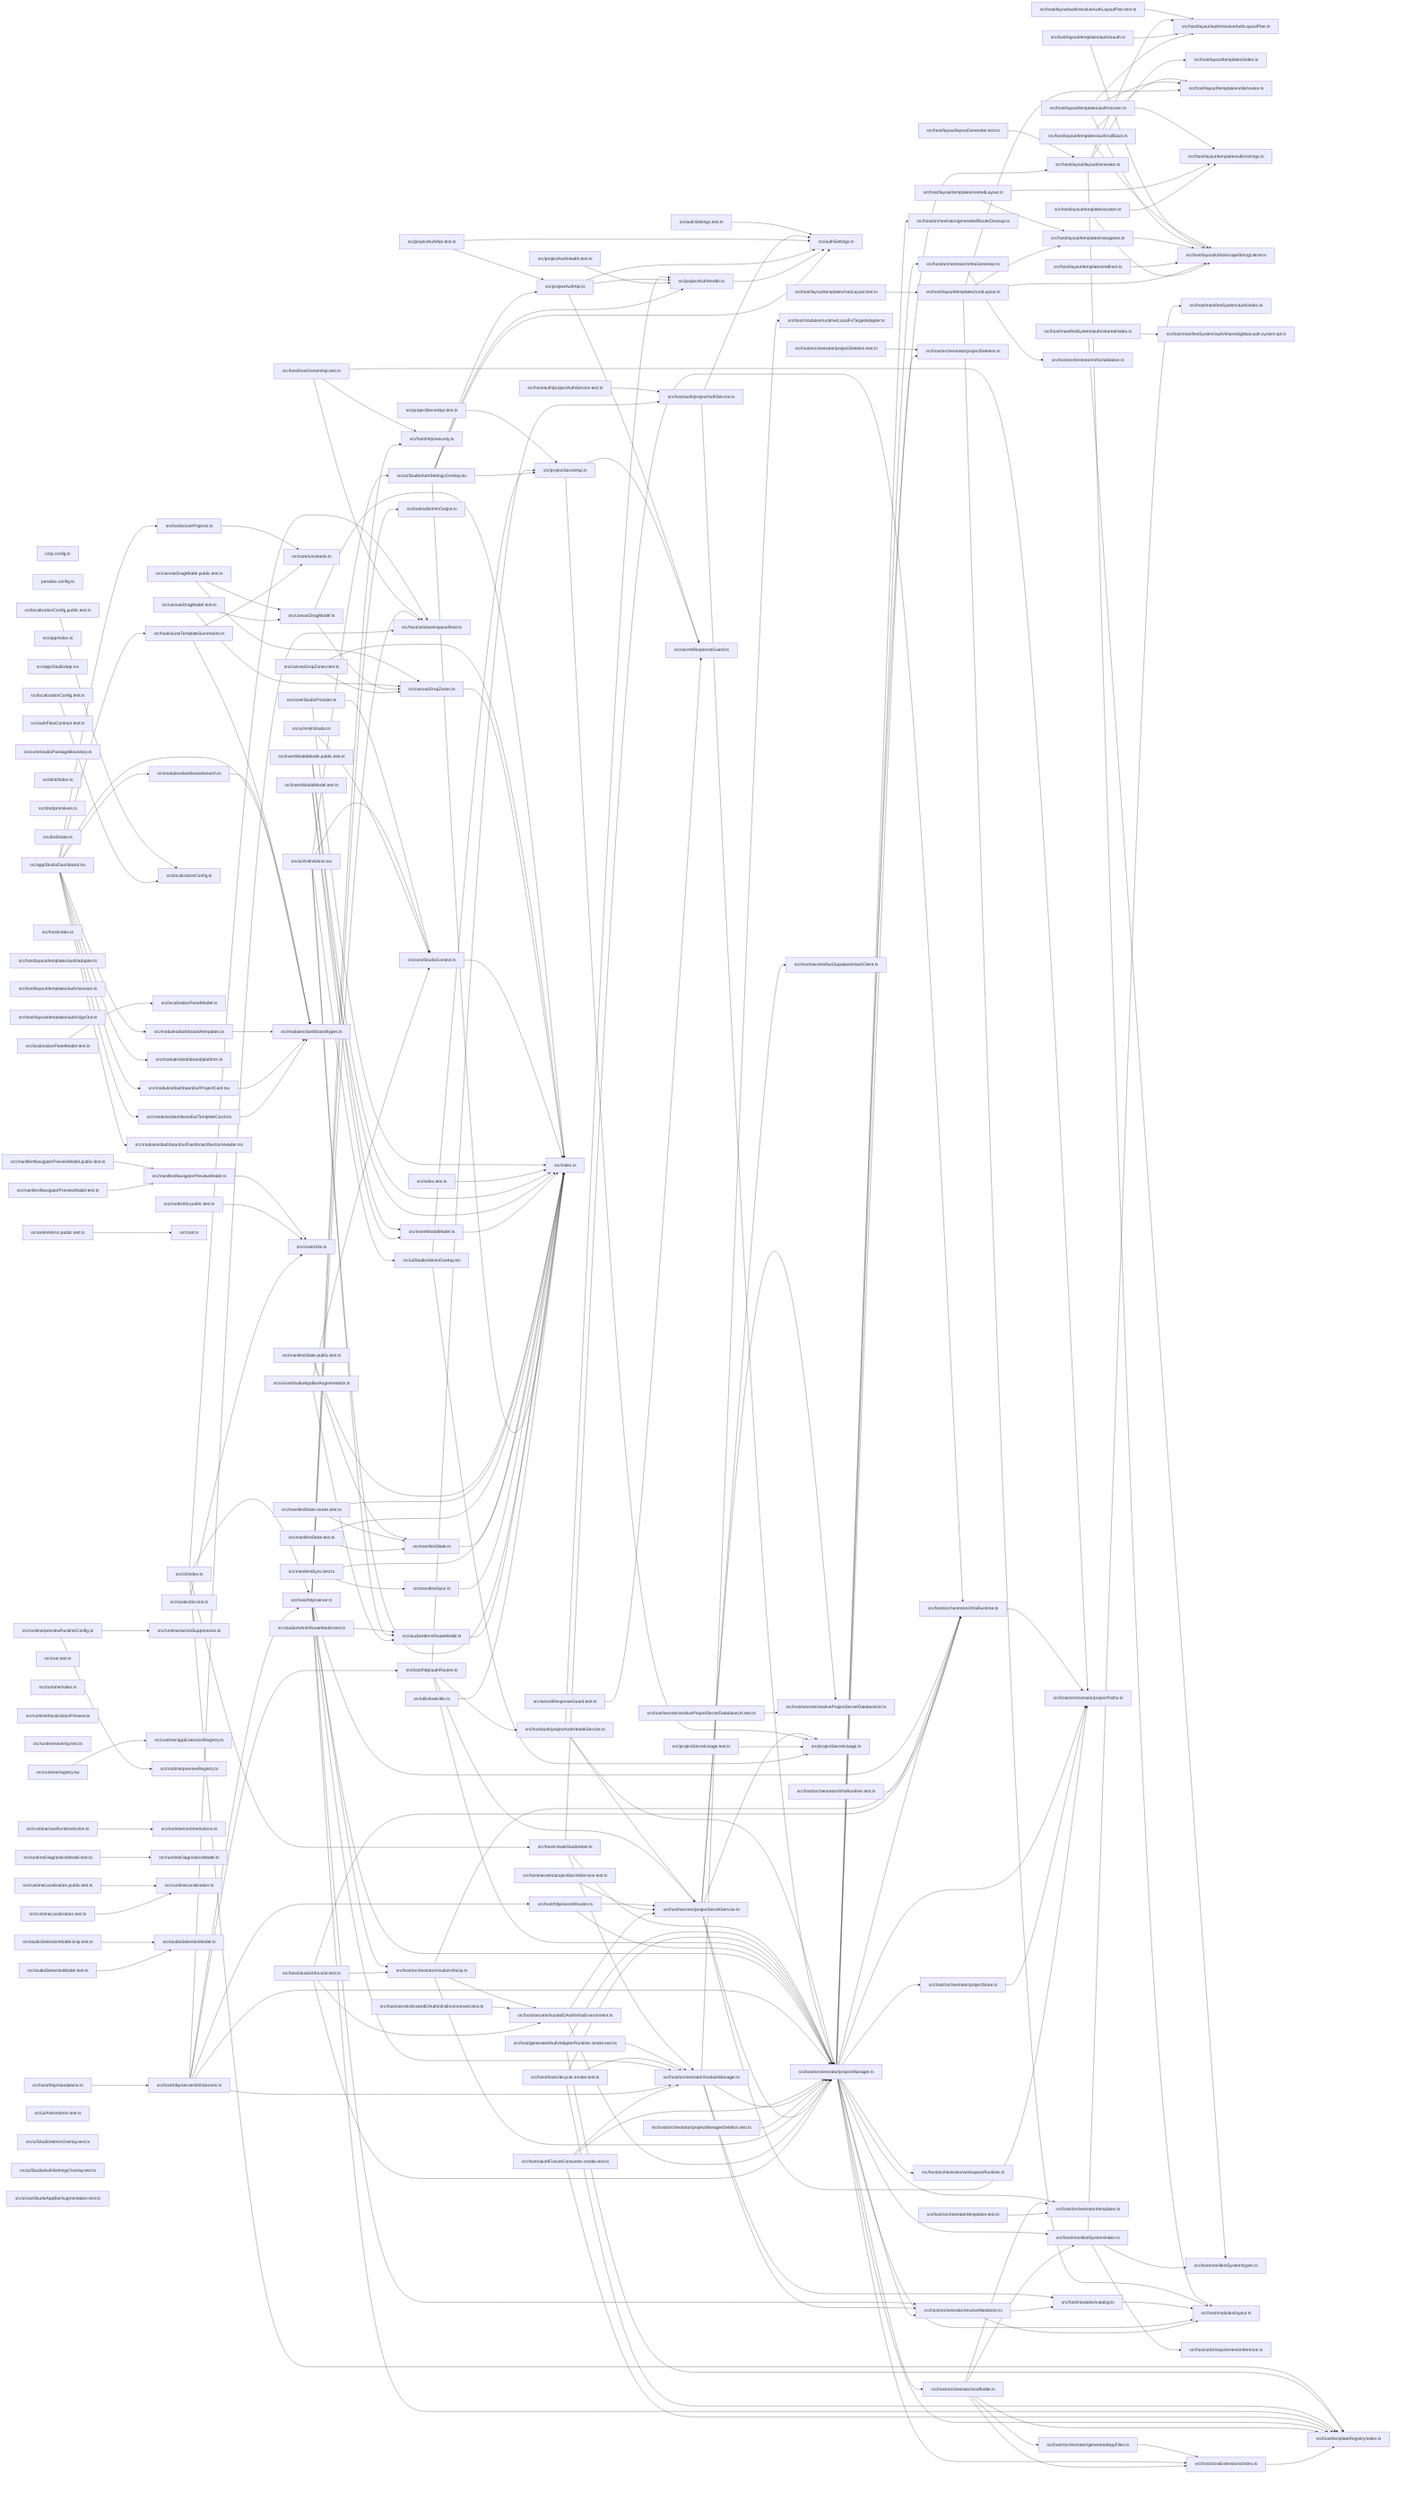
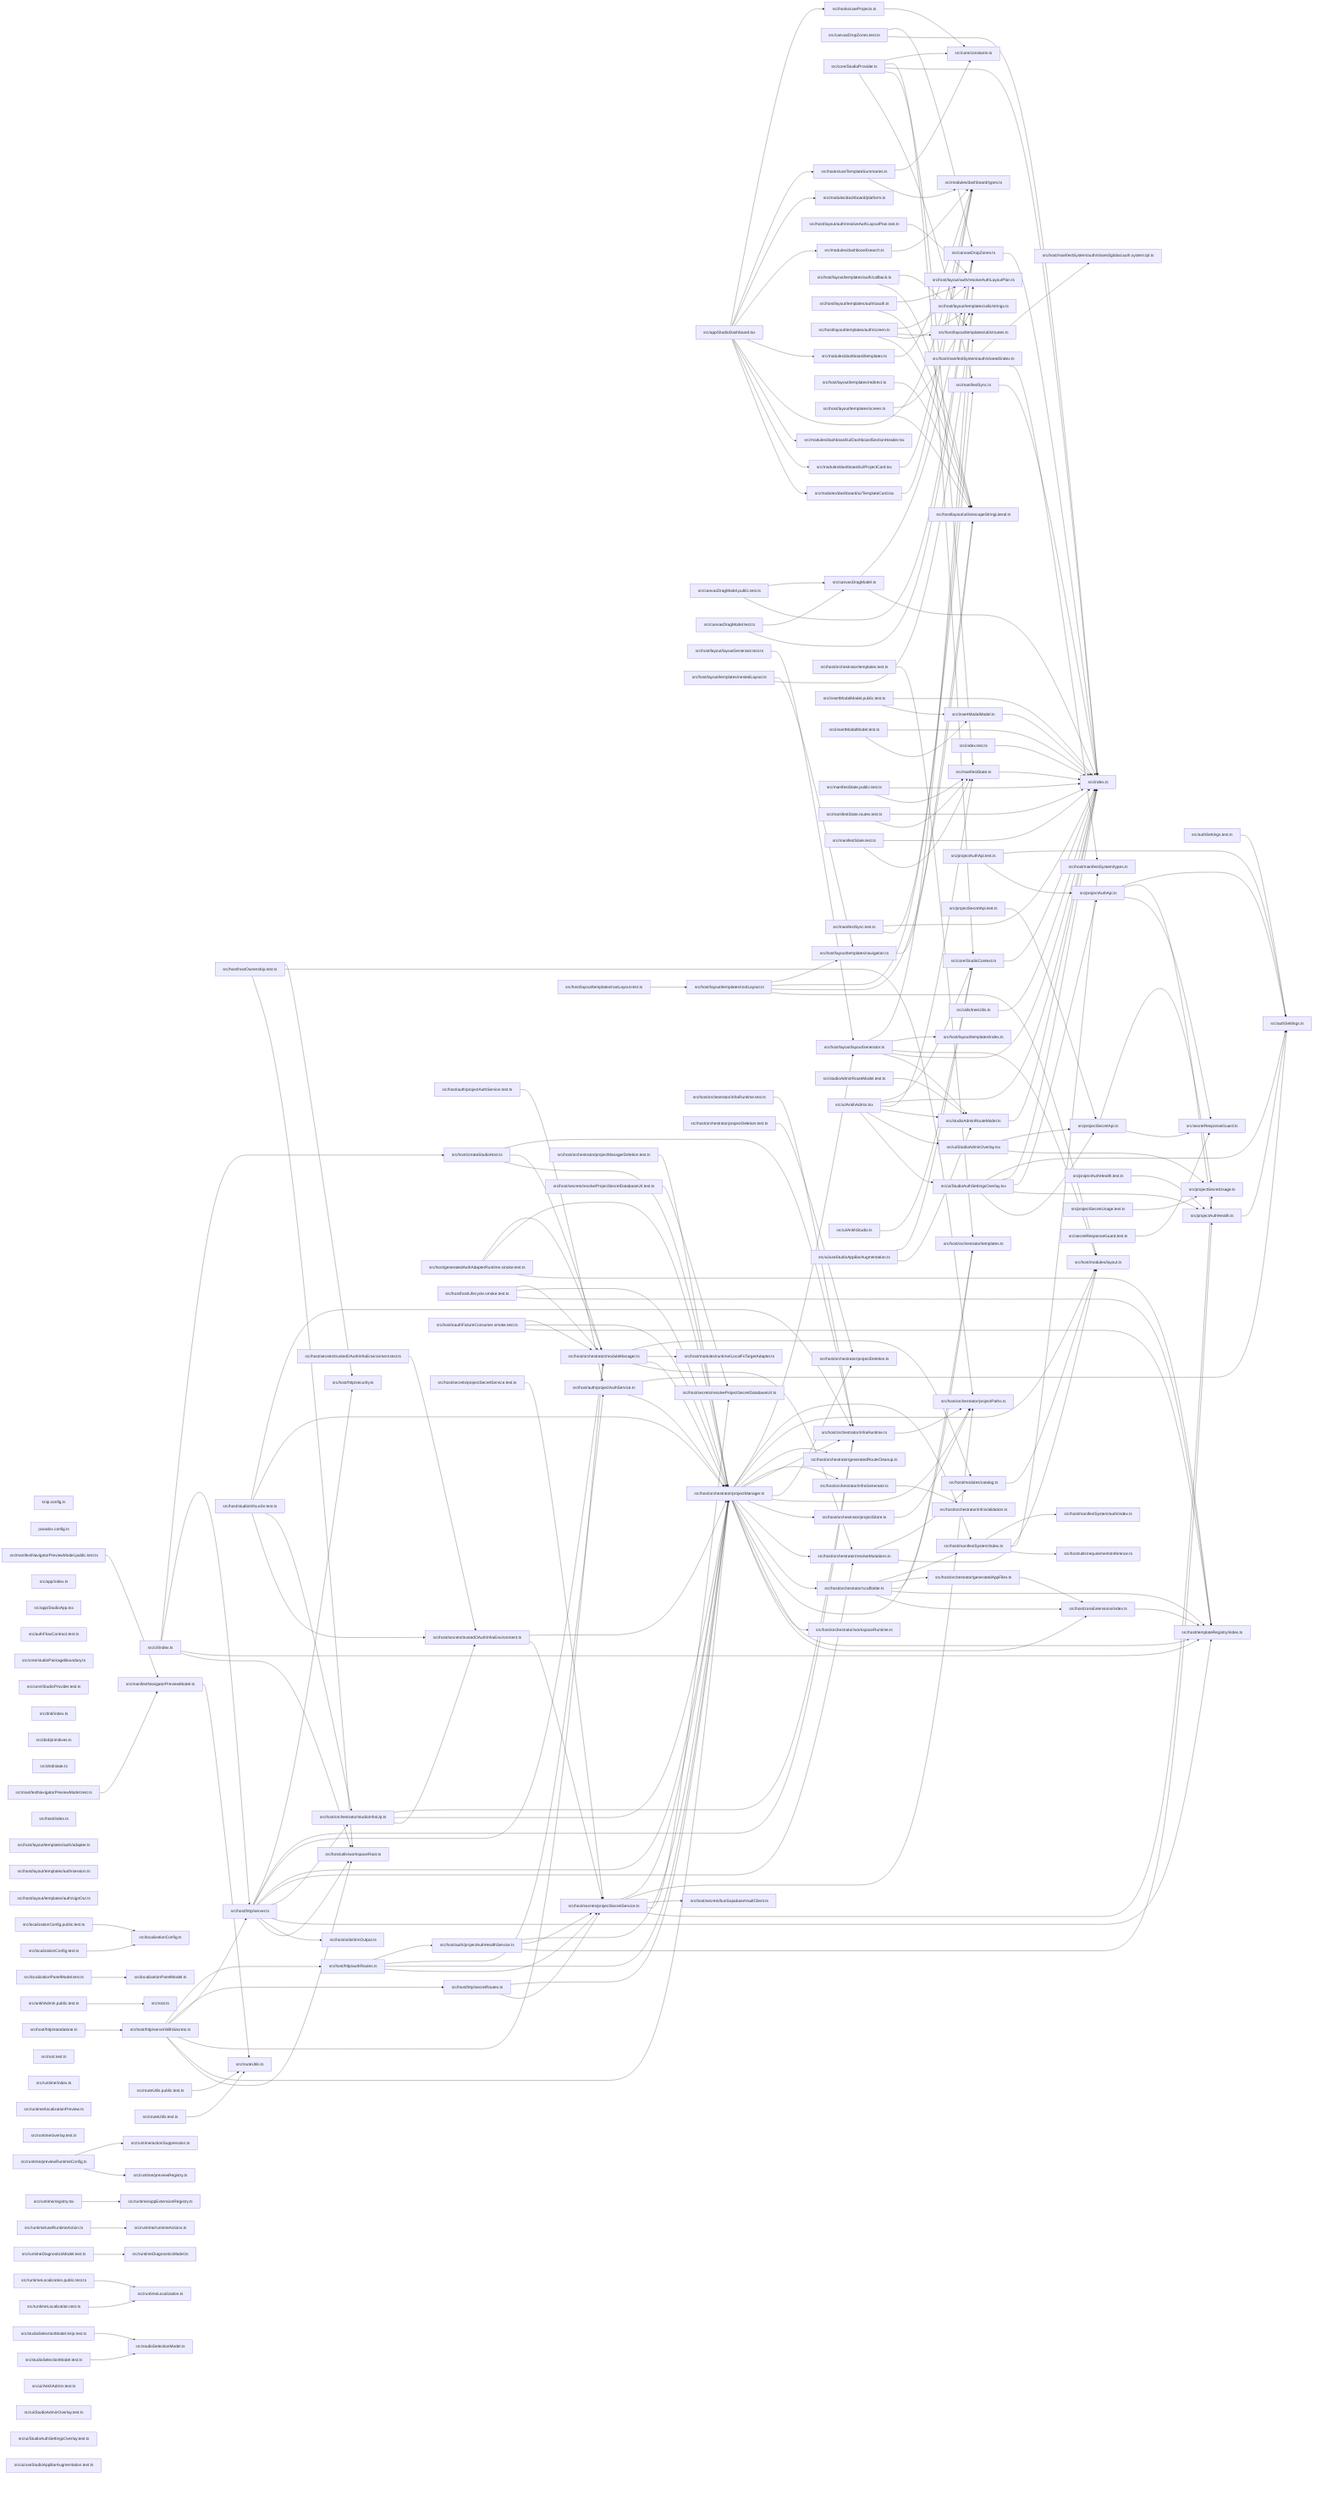
graph LR
  module_knip_config_ts["knip.config.ts"]
  module_paradox_config_ts["paradox.config.ts"]
  module_src_ankhAdmin_public_test_ts["src/ankhAdmin.public.test.ts"]
  module_src_app_index_ts["src/app/index.ts"]
  module_src_app_StudioApp_tsx["src/app/StudioApp.tsx"]
  module_src_app_StudioDashboard_tsx["src/app/StudioDashboard.tsx"]
  module_src_authFlowContract_test_ts["src/authFlowContract.test.ts"]
  module_src_authSettings_test_ts["src/authSettings.test.ts"]
  module_src_authSettings_ts["src/authSettings.ts"]
  module_src_canvasDragModel_public_test_ts["src/canvasDragModel.public.test.ts"]
  module_src_canvasDragModel_test_ts["src/canvasDragModel.test.ts"]
  module_src_canvasDragModel_ts["src/canvasDragModel.ts"]
  module_src_canvasDropZones_test_ts["src/canvasDropZones.test.ts"]
  module_src_canvasDropZones_ts["src/canvasDropZones.ts"]
  module_src_cli_index_ts["src/cli/index.ts"]
  module_src_core_constants_ts["src/core/constants.ts"]
  module_src_core_StudioContext_ts["src/core/StudioContext.ts"]
  module_src_core_studioPackageBoundary_ts["src/core/studioPackageBoundary.ts"]
+   module_src_core_StudioProvider_test_ts["src/core/StudioProvider.test.ts"]
  module_src_core_StudioProvider_ts["src/core/StudioProvider.ts"]
  module_src_dnd_index_ts["src/dnd/index.ts"]
  module_src_dnd_primitives_ts["src/dnd/primitives.ts"]
  module_src_dnd_state_ts["src/dnd/state.ts"]
  module_src_hooks_useProjects_ts["src/hooks/useProjects.ts"]
  module_src_hooks_useTemplateSummaries_ts["src/hooks/useTemplateSummaries.ts"]
  module_src_host_auth_projectAuthHealthService_ts["src/host/auth/projectAuthHealthService.ts"]
  module_src_host_auth_projectAuthService_test_ts["src/host/auth/projectAuthService.test.ts"]
  module_src_host_auth_projectAuthService_ts["src/host/auth/projectAuthService.ts"]
  module_src_host_createStudioHost_ts["src/host/createStudioHost.ts"]
  module_src_host_generatedAuthAdapterRuntime_smoke_test_ts["src/host/generatedAuthAdapterRuntime.smoke.test.ts"]
  module_src_host_hostLifecycle_smoke_test_ts["src/host/hostLifecycle.smoke.test.ts"]
  module_src_host_hostOwnership_test_ts["src/host/hostOwnership.test.ts"]
  module_src_host_http_authRoutes_ts["src/host/http/authRoutes.ts"]
  module_src_host_http_secretRoutes_ts["src/host/http/secretRoutes.ts"]
  module_src_host_http_security_ts["src/host/http/security.ts"]
  module_src_host_http_server_ts["src/host/http/server.ts"]
  module_src_host_http_serverWithSecrets_ts["src/host/http/serverWithSecrets.ts"]
  module_src_host_http_standalone_ts["src/host/http/standalone.ts"]
  module_src_host_index_ts["src/host/index.ts"]
  module_src_host_layout_auth_resolveAuthLayoutPlan_test_ts["src/host/layout/auth/resolveAuthLayoutPlan.test.ts"]
  module_src_host_layout_auth_resolveAuthLayoutPlan_ts["src/host/layout/auth/resolveAuthLayoutPlan.ts"]
  module_src_host_layout_layoutGenerator_test_ts["src/host/layout/layoutGenerator.test.ts"]
  module_src_host_layout_layoutGenerator_ts["src/host/layout/layoutGenerator.ts"]
  module_src_host_layout_templates_auth_adapter_ts["src/host/layout/templates/auth/adapter.ts"]
  module_src_host_layout_templates_auth_callback_ts["src/host/layout/templates/auth/callback.ts"]
  module_src_host_layout_templates_auth_oauth_ts["src/host/layout/templates/auth/oauth.ts"]
  module_src_host_layout_templates_auth_screen_ts["src/host/layout/templates/auth/screen.ts"]
  module_src_host_layout_templates_auth_session_ts["src/host/layout/templates/auth/session.ts"]
  module_src_host_layout_templates_auth_signOut_ts["src/host/layout/templates/auth/signOut.ts"]
  module_src_host_layout_templates_index_ts["src/host/layout/templates/index.ts"]
  module_src_host_layout_templates_navigation_ts["src/host/layout/templates/navigation.ts"]
  module_src_host_layout_templates_nestedLayout_ts["src/host/layout/templates/nestedLayout.ts"]
  module_src_host_layout_templates_redirect_ts["src/host/layout/templates/redirect.ts"]
  module_src_host_layout_templates_rootLayout_test_ts["src/host/layout/templates/rootLayout.test.ts"]
  module_src_host_layout_templates_rootLayout_ts["src/host/layout/templates/rootLayout.ts"]
  module_src_host_layout_templates_screen_ts["src/host/layout/templates/screen.ts"]
  module_src_host_layout_templates_utils_routes_ts["src/host/layout/templates/utils/routes.ts"]
  module_src_host_layout_templates_utils_strings_ts["src/host/layout/templates/utils/strings.ts"]
  module_src_host_layout_utils_escapeStringLiteral_ts["src/host/layout/utils/escapeStringLiteral.ts"]
  module_src_host_manifestSystem_auth_index_ts["src/host/manifestSystem/auth/index.ts"]
  module_src_host_manifestSystem_auth_shared_global_auth_system_tpl_ts["src/host/manifestSystem/auth/shared/global.auth.system.tpl.ts"]
  module_src_host_manifestSystem_auth_shared_index_ts["src/host/manifestSystem/auth/shared/index.ts"]
  module_src_host_manifestSystem_index_ts["src/host/manifestSystem/index.ts"]
  module_src_host_manifestSystem_types_ts["src/host/manifestSystem/types.ts"]
  module_src_host_modules_catalog_ts["src/host/modules/catalog.ts"]
  module_src_host_modules_layout_ts["src/host/modules/layout.ts"]
  module_src_host_modules_runtime_LocalFsTargetAdapter_ts["src/host/modules/runtime/LocalFsTargetAdapter.ts"]
  module_src_host_oauthFixtureConsumer_smoke_test_ts["src/host/oauthFixtureConsumer.smoke.test.ts"]
  module_src_host_orchestrator_generatedAppFiles_ts["src/host/orchestrator/generatedAppFiles.ts"]
  module_src_host_orchestrator_generatedRouteCleanup_ts["src/host/orchestrator/generatedRouteCleanup.ts"]
  module_src_host_orchestrator_infraGenerator_ts["src/host/orchestrator/infraGenerator.ts"]
  module_src_host_orchestrator_infraRuntime_test_ts["src/host/orchestrator/infraRuntime.test.ts"]
  module_src_host_orchestrator_infraRuntime_ts["src/host/orchestrator/infraRuntime.ts"]
  module_src_host_orchestrator_infraValidation_ts["src/host/orchestrator/infraValidation.ts"]
  module_src_host_orchestrator_moduleManager_ts["src/host/orchestrator/moduleManager.ts"]
  module_src_host_orchestrator_projectDeletion_test_ts["src/host/orchestrator/projectDeletion.test.ts"]
  module_src_host_orchestrator_projectDeletion_ts["src/host/orchestrator/projectDeletion.ts"]
  module_src_host_orchestrator_projectManager_ts["src/host/orchestrator/projectManager.ts"]
  module_src_host_orchestrator_projectManagerDeletion_test_ts["src/host/orchestrator/projectManagerDeletion.test.ts"]
  module_src_host_orchestrator_projectPaths_ts["src/host/orchestrator/projectPaths.ts"]
  module_src_host_orchestrator_projectStore_ts["src/host/orchestrator/projectStore.ts"]
  module_src_host_orchestrator_resolveMutations_ts["src/host/orchestrator/resolveMutations.ts"]
  module_src_host_orchestrator_scaffolder_ts["src/host/orchestrator/scaffolder.ts"]
  module_src_host_orchestrator_studioInfraUp_ts["src/host/orchestrator/studioInfraUp.ts"]
  module_src_host_orchestrator_templates_test_ts["src/host/orchestrator/templates.test.ts"]
  module_src_host_orchestrator_templates_ts["src/host/orchestrator/templates.ts"]
  module_src_host_orchestrator_workspaceRuntime_ts["src/host/orchestrator/workspaceRuntime.ts"]
  module_src_host_secrets_bunSupabaseVaultClient_ts["src/host/secrets/bunSupabaseVaultClient.ts"]
  module_src_host_secrets_projectSecretService_test_ts["src/host/secrets/projectSecretService.test.ts"]
  module_src_host_secrets_projectSecretService_ts["src/host/secrets/projectSecretService.ts"]
  module_src_host_secrets_resolveProjectSecretDatabaseUrl_test_ts["src/host/secrets/resolveProjectSecretDatabaseUrl.test.ts"]
  module_src_host_secrets_resolveProjectSecretDatabaseUrl_ts["src/host/secrets/resolveProjectSecretDatabaseUrl.ts"]
  module_src_host_secrets_trustedOAuthInfraEnvironment_test_ts["src/host/secrets/trustedOAuthInfraEnvironment.test.ts"]
  module_src_host_secrets_trustedOAuthInfraEnvironment_ts["src/host/secrets/trustedOAuthInfraEnvironment.ts"]
  module_src_host_studioInfra_e2e_test_ts["src/host/studioInfra.e2e.test.ts"]
  module_src_host_templateRegistry_index_ts["src/host/templateRegistry/index.ts"]
  module_src_host_utils_requirementsInference_ts["src/host/utils/requirementsInference.ts"]
  module_src_host_utils_trimOutput_ts["src/host/utils/trimOutput.ts"]
  module_src_host_utils_workspaceRoot_ts["src/host/utils/workspaceRoot.ts"]
  module_src_host_zoraExtensions_index_ts["src/host/zoraExtensions/index.ts"]
  module_src_index_test_ts["src/index.test.ts"]
  module_src_index_ts["src/index.ts"]
  module_src_insertModalModel_public_test_ts["src/insertModalModel.public.test.ts"]
  module_src_insertModalModel_test_ts["src/insertModalModel.test.ts"]
  module_src_insertModalModel_ts["src/insertModalModel.ts"]
  module_src_localizationConfig_public_test_ts["src/localizationConfig.public.test.ts"]
  module_src_localizationConfig_test_ts["src/localizationConfig.test.ts"]
  module_src_localizationConfig_ts["src/localizationConfig.ts"]
  module_src_localizationPanelModel_test_ts["src/localizationPanelModel.test.ts"]
  module_src_localizationPanelModel_ts["src/localizationPanelModel.ts"]
  module_src_manifestNavigatorPreviewModel_public_test_ts["src/manifestNavigatorPreviewModel.public.test.ts"]
  module_src_manifestNavigatorPreviewModel_test_ts["src/manifestNavigatorPreviewModel.test.ts"]
  module_src_manifestNavigatorPreviewModel_ts["src/manifestNavigatorPreviewModel.ts"]
  module_src_manifestState_public_test_ts["src/manifestState.public.test.ts"]
  module_src_manifestState_routes_test_ts["src/manifestState.routes.test.ts"]
  module_src_manifestState_test_ts["src/manifestState.test.ts"]
  module_src_manifestState_ts["src/manifestState.ts"]
  module_src_manifestSync_test_ts["src/manifestSync.test.ts"]
  module_src_manifestSync_ts["src/manifestSync.ts"]
  module_src_modules_dashboard_platform_ts["src/modules/dashboard/platform.ts"]
  module_src_modules_dashboard_search_ts["src/modules/dashboard/search.ts"]
  module_src_modules_dashboard_templates_ts["src/modules/dashboard/templates.ts"]
  module_src_modules_dashboard_types_ts["src/modules/dashboard/types.ts"]
  module_src_modules_dashboard_ui_DashboardSectionHeader_tsx["src/modules/dashboard/ui/DashboardSectionHeader.tsx"]
  module_src_modules_dashboard_ui_ProjectCard_tsx["src/modules/dashboard/ui/ProjectCard.tsx"]
  module_src_modules_dashboard_ui_TemplateCard_tsx["src/modules/dashboard/ui/TemplateCard.tsx"]
  module_src_projectAuthApi_test_ts["src/projectAuthApi.test.ts"]
  module_src_projectAuthApi_ts["src/projectAuthApi.ts"]
  module_src_projectAuthHealth_test_ts["src/projectAuthHealth.test.ts"]
  module_src_projectAuthHealth_ts["src/projectAuthHealth.ts"]
  module_src_projectSecretApi_test_ts["src/projectSecretApi.test.ts"]
  module_src_projectSecretApi_ts["src/projectSecretApi.ts"]
  module_src_projectSecretUsage_test_ts["src/projectSecretUsage.test.ts"]
  module_src_projectSecretUsage_ts["src/projectSecretUsage.ts"]
  module_src_root_test_ts["src/root.test.ts"]
  module_src_root_ts["src/root.ts"]
  module_src_routeUtils_public_test_ts["src/routeUtils.public.test.ts"]
  module_src_routeUtils_test_ts["src/routeUtils.test.ts"]
  module_src_routeUtils_ts["src/routeUtils.ts"]
  module_src_runtime_actionSuppression_ts["src/runtime/actionSuppression.ts"]
  module_src_runtime_appExtensionRegistry_ts["src/runtime/appExtensionRegistry.ts"]
  module_src_runtime_index_ts["src/runtime/index.ts"]
  module_src_runtime_localizationPreview_ts["src/runtime/localizationPreview.ts"]
  module_src_runtime_overlay_test_ts["src/runtime/overlay.test.ts"]
  module_src_runtime_previewRegistry_ts["src/runtime/previewRegistry.ts"]
  module_src_runtime_previewRuntimeConfig_ts["src/runtime/previewRuntimeConfig.ts"]
  module_src_runtime_registry_tsx["src/runtime/registry.tsx"]
  module_src_runtime_runtimeActions_ts["src/runtime/runtimeActions.ts"]
  module_src_runtime_useRuntimeAction_ts["src/runtime/useRuntimeAction.ts"]
  module_src_runtimeDiagnosticsModel_test_ts["src/runtimeDiagnosticsModel.test.ts"]
  module_src_runtimeDiagnosticsModel_ts["src/runtimeDiagnosticsModel.ts"]
  module_src_runtimeLocalization_public_test_ts["src/runtimeLocalization.public.test.ts"]
  module_src_runtimeLocalization_test_ts["src/runtimeLocalization.test.ts"]
  module_src_runtimeLocalization_ts["src/runtimeLocalization.ts"]
  module_src_secretResponseGuard_test_ts["src/secretResponseGuard.test.ts"]
  module_src_secretResponseGuard_ts["src/secretResponseGuard.ts"]
  module_src_studioAdminRouteModel_test_ts["src/studioAdminRouteModel.test.ts"]
  module_src_studioAdminRouteModel_ts["src/studioAdminRouteModel.ts"]
  module_src_studioSelectionModel_knip_test_ts["src/studioSelectionModel.knip.test.ts"]
  module_src_studioSelectionModel_test_ts["src/studioSelectionModel.test.ts"]
  module_src_studioSelectionModel_ts["src/studioSelectionModel.ts"]
  module_src_ui_AnkhAdmin_test_ts["src/ui/AnkhAdmin.test.ts"]
  module_src_ui_AnkhAdmin_tsx["src/ui/AnkhAdmin.tsx"]
  module_src_ui_AnkhStudio_ts["src/ui/AnkhStudio.ts"]
  module_src_ui_StudioAdminOverlay_test_ts["src/ui/StudioAdminOverlay.test.ts"]
  module_src_ui_StudioAdminOverlay_tsx["src/ui/StudioAdminOverlay.tsx"]
  module_src_ui_StudioAuthSettingsOverlay_test_ts["src/ui/StudioAuthSettingsOverlay.test.ts"]
  module_src_ui_StudioAuthSettingsOverlay_tsx["src/ui/StudioAuthSettingsOverlay.tsx"]
  module_src_ui_useStudioAppBarAugmentation_test_ts["src/ui/useStudioAppBarAugmentation.test.ts"]
  module_src_ui_useStudioAppBarAugmentation_ts["src/ui/useStudioAppBarAugmentation.ts"]
  module_src_utils_treeUtils_ts["src/utils/treeUtils.ts"]
  module_src_ankhAdmin_public_test_ts --> module_src_root_ts
  module_src_app_StudioDashboard_tsx --> module_src_hooks_useProjects_ts
  module_src_app_StudioDashboard_tsx --> module_src_hooks_useTemplateSummaries_ts
  module_src_app_StudioDashboard_tsx --> module_src_modules_dashboard_platform_ts
  module_src_app_StudioDashboard_tsx --> module_src_modules_dashboard_search_ts
  module_src_app_StudioDashboard_tsx --> module_src_modules_dashboard_templates_ts
  module_src_app_StudioDashboard_tsx --> module_src_modules_dashboard_types_ts
  module_src_app_StudioDashboard_tsx --> module_src_modules_dashboard_ui_DashboardSectionHeader_tsx
  module_src_app_StudioDashboard_tsx --> module_src_modules_dashboard_ui_ProjectCard_tsx
  module_src_app_StudioDashboard_tsx --> module_src_modules_dashboard_ui_TemplateCard_tsx
  module_src_authSettings_test_ts --> module_src_authSettings_ts
  module_src_canvasDragModel_public_test_ts --> module_src_canvasDragModel_ts
  module_src_canvasDragModel_public_test_ts --> module_src_canvasDropZones_ts
  module_src_canvasDragModel_test_ts --> module_src_canvasDragModel_ts
  module_src_canvasDragModel_test_ts --> module_src_canvasDropZones_ts
  module_src_canvasDragModel_ts --> module_src_canvasDropZones_ts
  module_src_canvasDragModel_ts --> module_src_index_ts
  module_src_canvasDropZones_test_ts --> module_src_canvasDropZones_ts
  module_src_canvasDropZones_test_ts --> module_src_index_ts
  module_src_canvasDropZones_ts --> module_src_index_ts
  module_src_cli_index_ts --> module_src_host_createStudioHost_ts
  module_src_cli_index_ts --> module_src_host_http_server_ts
  module_src_cli_index_ts --> module_src_host_templateRegistry_index_ts
  module_src_cli_index_ts --> module_src_host_utils_workspaceRoot_ts
  module_src_core_StudioContext_ts --> module_src_index_ts
+   module_src_core_StudioProvider_ts --> module_src_core_constants_ts
  module_src_core_StudioProvider_ts --> module_src_core_StudioContext_ts
  module_src_core_StudioProvider_ts --> module_src_index_ts
+   module_src_core_StudioProvider_ts --> module_src_manifestState_ts
+   module_src_core_StudioProvider_ts --> module_src_manifestSync_ts
  module_src_hooks_useProjects_ts --> module_src_core_constants_ts
  module_src_hooks_useTemplateSummaries_ts --> module_src_core_constants_ts
  module_src_hooks_useTemplateSummaries_ts --> module_src_modules_dashboard_types_ts
  module_src_host_auth_projectAuthHealthService_ts --> module_src_host_orchestrator_projectManager_ts
  module_src_host_auth_projectAuthHealthService_ts --> module_src_host_secrets_projectSecretService_ts
  module_src_host_auth_projectAuthHealthService_ts --> module_src_projectAuthHealth_ts
  module_src_host_auth_projectAuthService_test_ts --> module_src_host_auth_projectAuthService_ts
  module_src_host_auth_projectAuthService_ts --> module_src_authSettings_ts
  module_src_host_auth_projectAuthService_ts --> module_src_host_orchestrator_projectManager_ts
  module_src_host_createStudioHost_ts --> module_src_host_orchestrator_infraRuntime_ts
  module_src_host_createStudioHost_ts --> module_src_host_orchestrator_moduleManager_ts
  module_src_host_createStudioHost_ts --> module_src_host_orchestrator_projectManager_ts
  module_src_host_generatedAuthAdapterRuntime_smoke_test_ts --> module_src_host_orchestrator_moduleManager_ts
  module_src_host_generatedAuthAdapterRuntime_smoke_test_ts --> module_src_host_orchestrator_projectManager_ts
  module_src_host_generatedAuthAdapterRuntime_smoke_test_ts --> module_src_host_templateRegistry_index_ts
  module_src_host_hostLifecycle_smoke_test_ts --> module_src_host_orchestrator_moduleManager_ts
  module_src_host_hostLifecycle_smoke_test_ts --> module_src_host_orchestrator_projectManager_ts
  module_src_host_hostLifecycle_smoke_test_ts --> module_src_host_templateRegistry_index_ts
  module_src_host_hostOwnership_test_ts --> module_src_host_http_security_ts
  module_src_host_hostOwnership_test_ts --> module_src_host_orchestrator_projectPaths_ts
  module_src_host_hostOwnership_test_ts --> module_src_host_utils_workspaceRoot_ts
  module_src_host_http_authRoutes_ts --> module_src_host_auth_projectAuthHealthService_ts
  module_src_host_http_authRoutes_ts --> module_src_host_auth_projectAuthService_ts
  module_src_host_http_authRoutes_ts --> module_src_host_orchestrator_projectManager_ts
  module_src_host_http_authRoutes_ts --> module_src_host_secrets_projectSecretService_ts
  module_src_host_http_secretRoutes_ts --> module_src_host_orchestrator_projectManager_ts
  module_src_host_http_secretRoutes_ts --> module_src_host_secrets_projectSecretService_ts
  module_src_host_http_server_ts --> module_src_host_http_security_ts
  module_src_host_http_server_ts --> module_src_host_orchestrator_infraRuntime_ts
  module_src_host_http_server_ts --> module_src_host_orchestrator_moduleManager_ts
  module_src_host_http_server_ts --> module_src_host_orchestrator_projectManager_ts
  module_src_host_http_server_ts --> module_src_host_orchestrator_resolveMutations_ts
  module_src_host_http_server_ts --> module_src_host_orchestrator_studioInfraUp_ts
  module_src_host_http_server_ts --> module_src_host_templateRegistry_index_ts
  module_src_host_http_server_ts --> module_src_host_utils_trimOutput_ts
  module_src_host_http_server_ts --> module_src_host_utils_workspaceRoot_ts
  module_src_host_http_serverWithSecrets_ts --> module_src_host_http_authRoutes_ts
  module_src_host_http_serverWithSecrets_ts --> module_src_host_http_secretRoutes_ts
  module_src_host_http_serverWithSecrets_ts --> module_src_host_http_server_ts
  module_src_host_http_serverWithSecrets_ts --> module_src_host_orchestrator_moduleManager_ts
  module_src_host_http_serverWithSecrets_ts --> module_src_host_orchestrator_projectManager_ts
  module_src_host_http_serverWithSecrets_ts --> module_src_host_utils_workspaceRoot_ts
  module_src_host_http_standalone_ts --> module_src_host_http_serverWithSecrets_ts
  module_src_host_layout_auth_resolveAuthLayoutPlan_test_ts --> module_src_host_layout_auth_resolveAuthLayoutPlan_ts
  module_src_host_layout_layoutGenerator_test_ts --> module_src_host_layout_layoutGenerator_ts
  module_src_host_layout_layoutGenerator_ts --> module_src_host_layout_auth_resolveAuthLayoutPlan_ts
  module_src_host_layout_layoutGenerator_ts --> module_src_host_layout_templates_index_ts
  module_src_host_layout_layoutGenerator_ts --> module_src_host_modules_layout_ts
+   module_src_host_layout_layoutGenerator_ts --> module_src_index_ts
+   module_src_host_layout_layoutGenerator_ts --> module_src_studioAdminRouteModel_ts
  module_src_host_layout_templates_auth_callback_ts --> module_src_host_layout_templates_utils_routes_ts
  module_src_host_layout_templates_auth_callback_ts --> module_src_host_layout_utils_escapeStringLiteral_ts
  module_src_host_layout_templates_auth_oauth_ts --> module_src_host_layout_auth_resolveAuthLayoutPlan_ts
  module_src_host_layout_templates_auth_oauth_ts --> module_src_host_layout_utils_escapeStringLiteral_ts
  module_src_host_layout_templates_auth_screen_ts --> module_src_host_layout_auth_resolveAuthLayoutPlan_ts
  module_src_host_layout_templates_auth_screen_ts --> module_src_host_layout_templates_utils_routes_ts
  module_src_host_layout_templates_auth_screen_ts --> module_src_host_layout_templates_utils_strings_ts
  module_src_host_layout_templates_auth_screen_ts --> module_src_host_layout_utils_escapeStringLiteral_ts
  module_src_host_layout_templates_navigation_ts --> module_src_host_layout_utils_escapeStringLiteral_ts
  module_src_host_layout_templates_nestedLayout_ts --> module_src_host_layout_templates_navigation_ts
  module_src_host_layout_templates_nestedLayout_ts --> module_src_host_layout_templates_utils_strings_ts
  module_src_host_layout_templates_redirect_ts --> module_src_host_layout_utils_escapeStringLiteral_ts
  module_src_host_layout_templates_rootLayout_test_ts --> module_src_host_layout_templates_rootLayout_ts
  module_src_host_layout_templates_rootLayout_ts --> module_src_host_layout_templates_navigation_ts
  module_src_host_layout_templates_rootLayout_ts --> module_src_host_layout_templates_utils_routes_ts
  module_src_host_layout_templates_rootLayout_ts --> module_src_host_layout_utils_escapeStringLiteral_ts
  module_src_host_layout_templates_rootLayout_ts --> module_src_host_modules_layout_ts
  module_src_host_layout_templates_screen_ts --> module_src_host_layout_templates_utils_strings_ts
  module_src_host_layout_templates_screen_ts --> module_src_host_layout_utils_escapeStringLiteral_ts
  module_src_host_manifestSystem_auth_shared_index_ts --> module_src_host_manifestSystem_auth_shared_global_auth_system_tpl_ts
  module_src_host_manifestSystem_auth_shared_index_ts --> module_src_host_manifestSystem_types_ts
  module_src_host_manifestSystem_index_ts --> module_src_host_manifestSystem_auth_index_ts
  module_src_host_manifestSystem_index_ts --> module_src_host_manifestSystem_types_ts
  module_src_host_manifestSystem_index_ts --> module_src_host_utils_requirementsInference_ts
  module_src_host_modules_catalog_ts --> module_src_host_modules_layout_ts
  module_src_host_oauthFixtureConsumer_smoke_test_ts --> module_src_host_orchestrator_moduleManager_ts
  module_src_host_oauthFixtureConsumer_smoke_test_ts --> module_src_host_orchestrator_projectManager_ts
  module_src_host_oauthFixtureConsumer_smoke_test_ts --> module_src_host_templateRegistry_index_ts
  module_src_host_orchestrator_generatedAppFiles_ts --> module_src_host_zoraExtensions_index_ts
  module_src_host_orchestrator_infraGenerator_ts --> module_src_host_orchestrator_infraValidation_ts
  module_src_host_orchestrator_infraRuntime_test_ts --> module_src_host_orchestrator_infraRuntime_ts
  module_src_host_orchestrator_infraRuntime_ts --> module_src_host_orchestrator_projectPaths_ts
  module_src_host_orchestrator_moduleManager_ts --> module_src_host_modules_catalog_ts
  module_src_host_orchestrator_moduleManager_ts --> module_src_host_modules_runtime_LocalFsTargetAdapter_ts
  module_src_host_orchestrator_moduleManager_ts --> module_src_host_orchestrator_projectManager_ts
  module_src_host_orchestrator_moduleManager_ts --> module_src_host_orchestrator_resolveMutations_ts
  module_src_host_orchestrator_projectDeletion_test_ts --> module_src_host_orchestrator_projectDeletion_ts
  module_src_host_orchestrator_projectManager_ts --> module_src_host_layout_layoutGenerator_ts
  module_src_host_orchestrator_projectManager_ts --> module_src_host_manifestSystem_index_ts
  module_src_host_orchestrator_projectManager_ts --> module_src_host_modules_layout_ts
  module_src_host_orchestrator_projectManager_ts --> module_src_host_orchestrator_generatedRouteCleanup_ts
  module_src_host_orchestrator_projectManager_ts --> module_src_host_orchestrator_infraGenerator_ts
  module_src_host_orchestrator_projectManager_ts --> module_src_host_orchestrator_infraRuntime_ts
  module_src_host_orchestrator_projectManager_ts --> module_src_host_orchestrator_projectDeletion_ts
  module_src_host_orchestrator_projectManager_ts --> module_src_host_orchestrator_projectPaths_ts
  module_src_host_orchestrator_projectManager_ts --> module_src_host_orchestrator_projectStore_ts
  module_src_host_orchestrator_projectManager_ts --> module_src_host_orchestrator_resolveMutations_ts
  module_src_host_orchestrator_projectManager_ts --> module_src_host_orchestrator_scaffolder_ts
  module_src_host_orchestrator_projectManager_ts --> module_src_host_orchestrator_templates_ts
  module_src_host_orchestrator_projectManager_ts --> module_src_host_orchestrator_workspaceRuntime_ts
  module_src_host_orchestrator_projectManager_ts --> module_src_host_templateRegistry_index_ts
  module_src_host_orchestrator_projectManager_ts --> module_src_host_zoraExtensions_index_ts
  module_src_host_orchestrator_projectManagerDeletion_test_ts --> module_src_host_orchestrator_projectManager_ts
  module_src_host_orchestrator_projectStore_ts --> module_src_host_orchestrator_projectPaths_ts
  module_src_host_orchestrator_resolveMutations_ts --> module_src_host_modules_catalog_ts
  module_src_host_orchestrator_resolveMutations_ts --> module_src_host_modules_layout_ts
  module_src_host_orchestrator_scaffolder_ts --> module_src_host_manifestSystem_index_ts
  module_src_host_orchestrator_scaffolder_ts --> module_src_host_orchestrator_generatedAppFiles_ts
  module_src_host_orchestrator_scaffolder_ts --> module_src_host_orchestrator_templates_ts
  module_src_host_orchestrator_scaffolder_ts --> module_src_host_templateRegistry_index_ts
  module_src_host_orchestrator_scaffolder_ts --> module_src_host_zoraExtensions_index_ts
  module_src_host_orchestrator_studioInfraUp_ts --> module_src_host_orchestrator_infraRuntime_ts
  module_src_host_orchestrator_studioInfraUp_ts --> module_src_host_orchestrator_projectManager_ts
  module_src_host_orchestrator_studioInfraUp_ts --> module_src_host_secrets_trustedOAuthInfraEnvironment_ts
  module_src_host_orchestrator_templates_test_ts --> module_src_host_orchestrator_templates_ts
  module_src_host_secrets_projectSecretService_test_ts --> module_src_host_secrets_projectSecretService_ts
  module_src_host_secrets_projectSecretService_ts --> module_src_host_orchestrator_projectManager_ts
  module_src_host_secrets_projectSecretService_ts --> module_src_host_orchestrator_projectPaths_ts
  module_src_host_secrets_projectSecretService_ts --> module_src_host_secrets_bunSupabaseVaultClient_ts
  module_src_host_secrets_projectSecretService_ts --> module_src_host_secrets_resolveProjectSecretDatabaseUrl_ts
  module_src_host_secrets_projectSecretService_ts --> module_src_projectSecretUsage_ts
  module_src_host_secrets_resolveProjectSecretDatabaseUrl_test_ts --> module_src_host_secrets_resolveProjectSecretDatabaseUrl_ts
  module_src_host_secrets_trustedOAuthInfraEnvironment_test_ts --> module_src_host_secrets_trustedOAuthInfraEnvironment_ts
  module_src_host_secrets_trustedOAuthInfraEnvironment_ts --> module_src_host_orchestrator_projectManager_ts
  module_src_host_secrets_trustedOAuthInfraEnvironment_ts --> module_src_host_secrets_projectSecretService_ts
  module_src_host_studioInfra_e2e_test_ts --> module_src_host_orchestrator_infraRuntime_ts
  module_src_host_studioInfra_e2e_test_ts --> module_src_host_orchestrator_projectManager_ts
  module_src_host_studioInfra_e2e_test_ts --> module_src_host_orchestrator_studioInfraUp_ts
  module_src_host_studioInfra_e2e_test_ts --> module_src_host_secrets_trustedOAuthInfraEnvironment_ts
  module_src_host_zoraExtensions_index_ts --> module_src_host_templateRegistry_index_ts
  module_src_index_test_ts --> module_src_index_ts
  module_src_insertModalModel_public_test_ts --> module_src_index_ts
  module_src_insertModalModel_public_test_ts --> module_src_insertModalModel_ts
  module_src_insertModalModel_test_ts --> module_src_index_ts
  module_src_insertModalModel_test_ts --> module_src_insertModalModel_ts
  module_src_insertModalModel_ts --> module_src_index_ts
  module_src_localizationConfig_public_test_ts --> module_src_localizationConfig_ts
  module_src_localizationConfig_test_ts --> module_src_localizationConfig_ts
  module_src_localizationPanelModel_test_ts --> module_src_localizationPanelModel_ts
  module_src_manifestNavigatorPreviewModel_public_test_ts --> module_src_manifestNavigatorPreviewModel_ts
  module_src_manifestNavigatorPreviewModel_test_ts --> module_src_manifestNavigatorPreviewModel_ts
  module_src_manifestNavigatorPreviewModel_ts --> module_src_routeUtils_ts
  module_src_manifestState_public_test_ts --> module_src_index_ts
  module_src_manifestState_public_test_ts --> module_src_manifestState_ts
  module_src_manifestState_routes_test_ts --> module_src_index_ts
  module_src_manifestState_routes_test_ts --> module_src_manifestState_ts
  module_src_manifestState_test_ts --> module_src_index_ts
  module_src_manifestState_test_ts --> module_src_manifestState_ts
  module_src_manifestState_ts --> module_src_index_ts
  module_src_manifestSync_test_ts --> module_src_index_ts
  module_src_manifestSync_test_ts --> module_src_manifestSync_ts
  module_src_manifestSync_ts --> module_src_index_ts
  module_src_modules_dashboard_search_ts --> module_src_modules_dashboard_types_ts
  module_src_modules_dashboard_templates_ts --> module_src_modules_dashboard_types_ts
  module_src_modules_dashboard_ui_ProjectCard_tsx --> module_src_modules_dashboard_types_ts
  module_src_modules_dashboard_ui_TemplateCard_tsx --> module_src_modules_dashboard_types_ts
  module_src_projectAuthApi_test_ts --> module_src_authSettings_ts
  module_src_projectAuthApi_test_ts --> module_src_projectAuthApi_ts
  module_src_projectAuthApi_ts --> module_src_authSettings_ts
  module_src_projectAuthApi_ts --> module_src_projectAuthHealth_ts
  module_src_projectAuthApi_ts --> module_src_secretResponseGuard_ts
  module_src_projectAuthHealth_test_ts --> module_src_projectAuthHealth_ts
  module_src_projectAuthHealth_ts --> module_src_authSettings_ts
  module_src_projectSecretApi_test_ts --> module_src_projectSecretApi_ts
  module_src_projectSecretApi_ts --> module_src_projectSecretUsage_ts
  module_src_projectSecretApi_ts --> module_src_secretResponseGuard_ts
  module_src_projectSecretUsage_test_ts --> module_src_projectSecretUsage_ts
  module_src_routeUtils_public_test_ts --> module_src_routeUtils_ts
  module_src_routeUtils_test_ts --> module_src_routeUtils_ts
  module_src_runtime_previewRuntimeConfig_ts --> module_src_runtime_actionSuppression_ts
  module_src_runtime_previewRuntimeConfig_ts --> module_src_runtime_previewRegistry_ts
  module_src_runtime_registry_tsx --> module_src_runtime_appExtensionRegistry_ts
  module_src_runtime_useRuntimeAction_ts --> module_src_runtime_runtimeActions_ts
  module_src_runtimeDiagnosticsModel_test_ts --> module_src_runtimeDiagnosticsModel_ts
  module_src_runtimeLocalization_public_test_ts --> module_src_runtimeLocalization_ts
  module_src_runtimeLocalization_test_ts --> module_src_runtimeLocalization_ts
  module_src_secretResponseGuard_test_ts --> module_src_secretResponseGuard_ts
  module_src_studioAdminRouteModel_test_ts --> module_src_studioAdminRouteModel_ts
  module_src_studioAdminRouteModel_ts --> module_src_index_ts
  module_src_studioSelectionModel_knip_test_ts --> module_src_studioSelectionModel_ts
  module_src_studioSelectionModel_test_ts --> module_src_studioSelectionModel_ts
  module_src_ui_AnkhAdmin_tsx --> module_src_core_StudioContext_ts
  module_src_ui_AnkhAdmin_tsx --> module_src_index_ts
+   module_src_ui_AnkhAdmin_tsx --> module_src_manifestState_ts
  module_src_ui_AnkhAdmin_tsx --> module_src_studioAdminRouteModel_ts
  module_src_ui_AnkhAdmin_tsx --> module_src_ui_StudioAdminOverlay_tsx
  module_src_ui_AnkhAdmin_tsx --> module_src_ui_StudioAuthSettingsOverlay_tsx
  module_src_ui_AnkhStudio_ts --> module_src_core_StudioContext_ts
  module_src_ui_StudioAdminOverlay_tsx --> module_src_projectSecretApi_ts
  module_src_ui_StudioAdminOverlay_tsx --> module_src_projectSecretUsage_ts
  module_src_ui_StudioAuthSettingsOverlay_tsx --> module_src_authSettings_ts
  module_src_ui_StudioAuthSettingsOverlay_tsx --> module_src_index_ts
  module_src_ui_StudioAuthSettingsOverlay_tsx --> module_src_projectAuthApi_ts
  module_src_ui_StudioAuthSettingsOverlay_tsx --> module_src_projectAuthHealth_ts
  module_src_ui_StudioAuthSettingsOverlay_tsx --> module_src_projectSecretApi_ts
  module_src_ui_useStudioAppBarAugmentation_ts --> module_src_core_StudioContext_ts
  module_src_ui_useStudioAppBarAugmentation_ts --> module_src_studioAdminRouteModel_ts
  module_src_utils_treeUtils_ts --> module_src_index_ts
